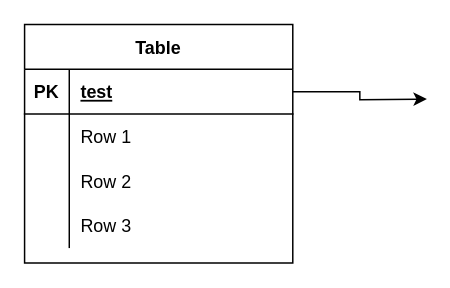
This is Untitled Diagram.drawio from Song2017/works, a draw.io file, before an edit. Source tidied: cells renumbered, new cells numbered last; positions are measured from the earlier drawing's top-left corner, leaving out a move shared by most shapes. Both pictures are drawn from the tidied source at 149%, with x=0, y=0 at pixel (24, 24).
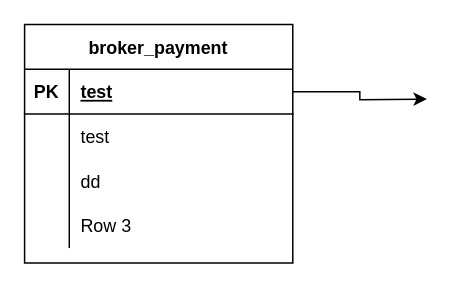
After the change.

The edit, as a diff of the source:
```diff
@@
 <mxGraphModel>
   <root>
     <mxCell id="0" />
     <mxCell id="1" parent="0" />
-    <mxCell id="2" value="Table" style="shape=table;startSize=30;childLayout=tableLayout;rowLines=0;fontStyle=1;align=center;" parent="1" vertex="1">
+    <mxCell id="2" value="broker_payment" style="shape=table;startSize=30;childLayout=tableLayout;rowLines=0;fontStyle=1;align=center;" parent="1" vertex="1">
       <mxGeometry width="180" height="160" as="geometry" />
     </mxCell>
     <mxCell id="3" style="shape=tableRow;horizontal=0;startSize=0;swimlaneHead=0;swimlaneBody=0;fillColor=none;points=[[0,0.5],[1,0.5]];portConstraint=eastwest;top=0;left=0;right=0;bottom=1;" parent="2" vertex="1">
       <mxGeometry y="30" width="180" height="30" as="geometry" />
     </mxCell>
     <mxCell id="4" value="PK" style="shape=partialRectangle;fillColor=none;top=0;left=0;bottom=0;right=0;fontStyle=1;overflow=hidden;" parent="3" vertex="1">
       <mxGeometry width="30" height="30" as="geometry" />
     </mxCell>
     <mxCell id="5" value="test" style="shape=partialRectangle;fillColor=none;top=0;left=0;bottom=0;right=0;align=left;spacingLeft=6;fontStyle=5;overflow=hidden;" parent="3" vertex="1">
       <mxGeometry x="30" width="150" height="30" as="geometry" />
     </mxCell>
     <mxCell id="6" style="shape=tableRow;horizontal=0;startSize=0;swimlaneHead=0;swimlaneBody=0;fillColor=none;top=0;left=0;right=0;bottom=0;" parent="2" vertex="1">
       <mxGeometry y="60" width="180" height="30" as="geometry" />
     </mxCell>
     <mxCell id="7" style="shape=partialRectangle;fillColor=none;top=0;left=0;bottom=0;right=0;overflow=hidden;" parent="6" vertex="1">
       <mxGeometry width="30" height="30" as="geometry" />
     </mxCell>
-    <mxCell id="8" value="Row 1" style="shape=partialRectangle;fillColor=none;top=0;left=0;bottom=0;right=0;align=left;spacingLeft=6;overflow=hidden;" parent="6" vertex="1">
+    <mxCell id="8" value="test" style="shape=partialRectangle;fillColor=none;top=0;left=0;bottom=0;right=0;align=left;spacingLeft=6;overflow=hidden;" parent="6" vertex="1">
       <mxGeometry x="30" width="150" height="30" as="geometry" />
     </mxCell>
     <mxCell id="9" style="shape=tableRow;horizontal=0;startSize=0;swimlaneHead=0;swimlaneBody=0;fillColor=none;top=0;left=0;right=0;bottom=0;" parent="2" vertex="1">
       <mxGeometry y="90" width="180" height="30" as="geometry" />
     </mxCell>
     <mxCell id="10" style="shape=partialRectangle;fillColor=none;top=0;left=0;bottom=0;right=0;overflow=hidden;" parent="9" vertex="1">
       <mxGeometry width="30" height="30" as="geometry" />
     </mxCell>
-    <mxCell id="11" value="Row 2" style="shape=partialRectangle;fillColor=none;top=0;left=0;bottom=0;right=0;align=left;spacingLeft=6;overflow=hidden;" parent="9" vertex="1">
+    <mxCell id="11" value="dd" style="shape=partialRectangle;fillColor=none;top=0;left=0;bottom=0;right=0;align=left;spacingLeft=6;overflow=hidden;" parent="9" vertex="1">
       <mxGeometry x="30" width="150" height="30" as="geometry" />
     </mxCell>
     <mxCell id="12" style="shape=tableRow;horizontal=0;startSize=0;swimlaneHead=0;swimlaneBody=0;fillColor=none;top=0;left=0;right=0;bottom=0;" parent="2" vertex="1">
       <mxGeometry y="120" width="180" height="30" as="geometry" />
     </mxCell>
     <mxCell id="13" style="shape=partialRectangle;fillColor=none;top=0;left=0;bottom=0;right=0;overflow=hidden;" parent="12" vertex="1">
       <mxGeometry width="30" height="30" as="geometry" />
     </mxCell>
     <mxCell id="14" value="Row 3" style="shape=partialRectangle;fillColor=none;top=0;left=0;bottom=0;right=0;align=left;spacingLeft=6;overflow=hidden;" parent="12" vertex="1">
       <mxGeometry x="30" width="150" height="30" as="geometry" />
     </mxCell>
     <mxCell id="15" style="edgeStyle=orthogonalEdgeStyle;rounded=0;jettySize=auto;html=1;" parent="1" edge="1" source="3">
       <mxGeometry relative="1" as="geometry">
         <mxPoint x="270" y="50" as="targetPoint" />
       </mxGeometry>
     </mxCell>
   </root>
 </mxGraphModel>
```
